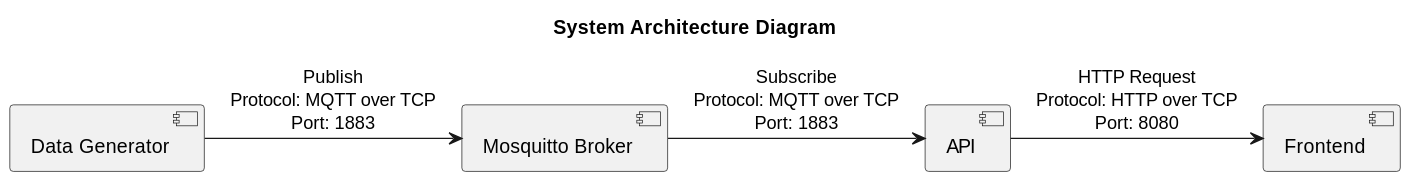
This is architecture/System Architecture Diagram.svg from Laurapav1/smrs, a PlantUML export, as it was before one commit.
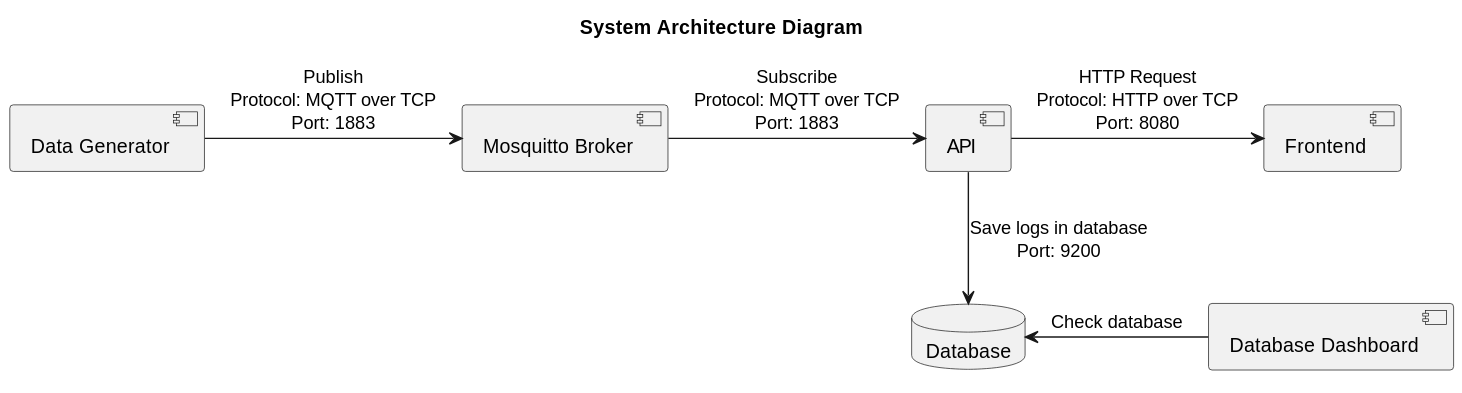
Above is the later version.

Diff of the diagram source:
```diff
@@ -4,9 +4,13 @@
 component "Data Generator" as DataGen
 component "Mosquitto Broker" as Mosquitto
 component "API" as API
+database "Database" as Db
+component "Database Dashboard" as DbDashboard
 component "Frontend" as Frontend
 
 DataGen -> Mosquitto : Publish\nProtocol: MQTT over TCP\nPort: 1883
 Mosquitto -> API : Subscribe\nProtocol: MQTT over TCP\nPort: 1883
+API -d-> Db : Save logs in database\nPort: 9200
+Db <-r- DbDashboard : Check database
 API -> Frontend : HTTP Request\nProtocol: HTTP over TCP\nPort: 8080
 @enduml
```
